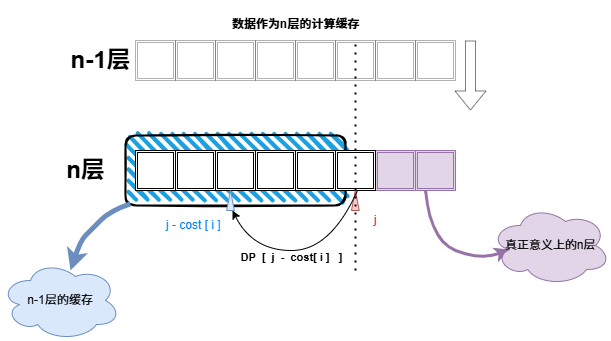
Before: 算法/Resource/01背包优化思路.drawio.png, a diagram exported from draw.io (AliceAuto/AliceAuto.github.io). Source tidied: cells renumbered, new cells last; positions are measured from the earlier drawing's top-left corner, leaving out a move shared by most shapes.
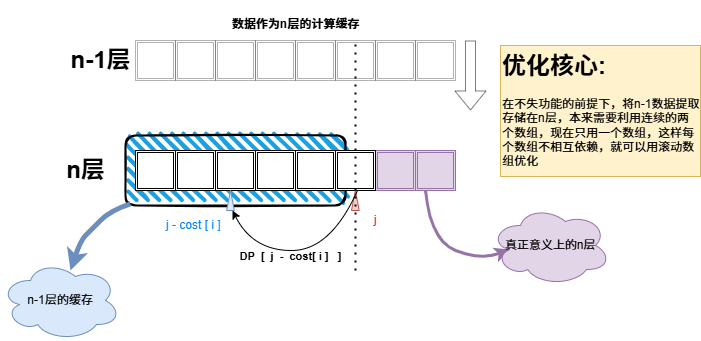
After the change.

Commit message:
更新01背包优化思路.drawio.png

The edit, as a diff of the source:
```diff
@@ -128,5 +128,8 @@
     <mxCell id="33" value="&lt;font style=&quot;color: rgb(255, 0, 0);&quot;&gt;j&lt;/font&gt;" style="text;html=1;align=center;verticalAlign=middle;whiteSpace=wrap;rounded=0;" parent="1" vertex="1">
       <mxGeometry x="345" y="205" width="60" height="30" as="geometry" />
     </mxCell>
+    <mxCell id="34" value="&lt;h1 style=&quot;margin-top: 0px;&quot;&gt;优化核心:&lt;/h1&gt;&lt;p&gt;在不失功能的前提下，将n-1数据提取存储在n层，本来需要利用连续的两个数组，现在只用一个数组，这样每个数组不相互依赖，就可以用滚动数组优化&lt;/p&gt;" style="text;html=1;whiteSpace=wrap;overflow=hidden;rounded=0;fillColor=#fff2cc;strokeColor=#d6b656;" parent="1" vertex="1">
+      <mxGeometry x="500" y="45" width="200" height="131" as="geometry" />
+    </mxCell>
   </root>
 </mxGraphModel>
```
